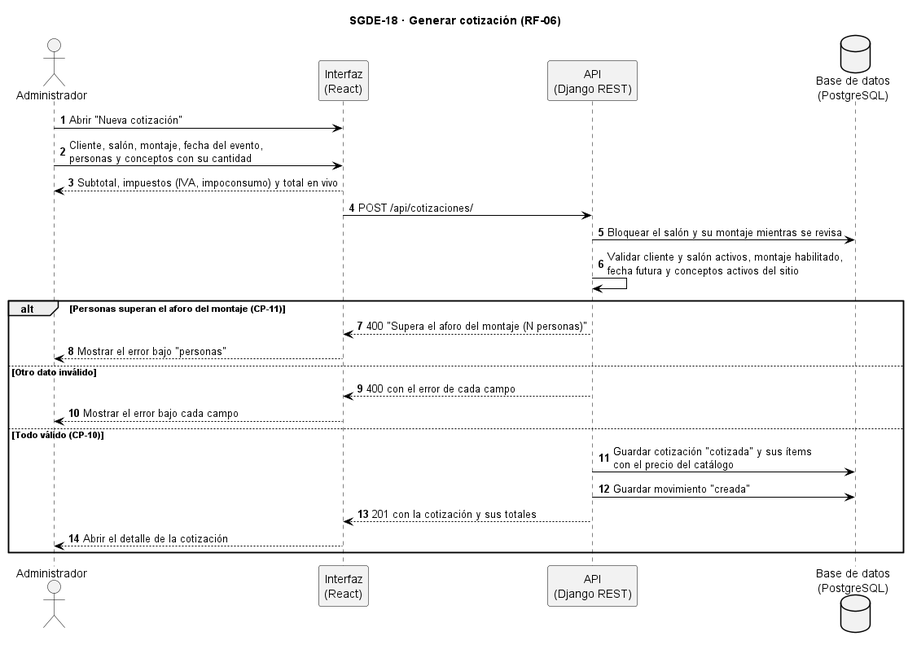
Earlier version of the PlantUML export docs/diagramas_secuencia_sgde_v3/SGDE-18_Generar_cotizacion_secuencia.png (AndreCamx2/Gestion-De-Eventos).
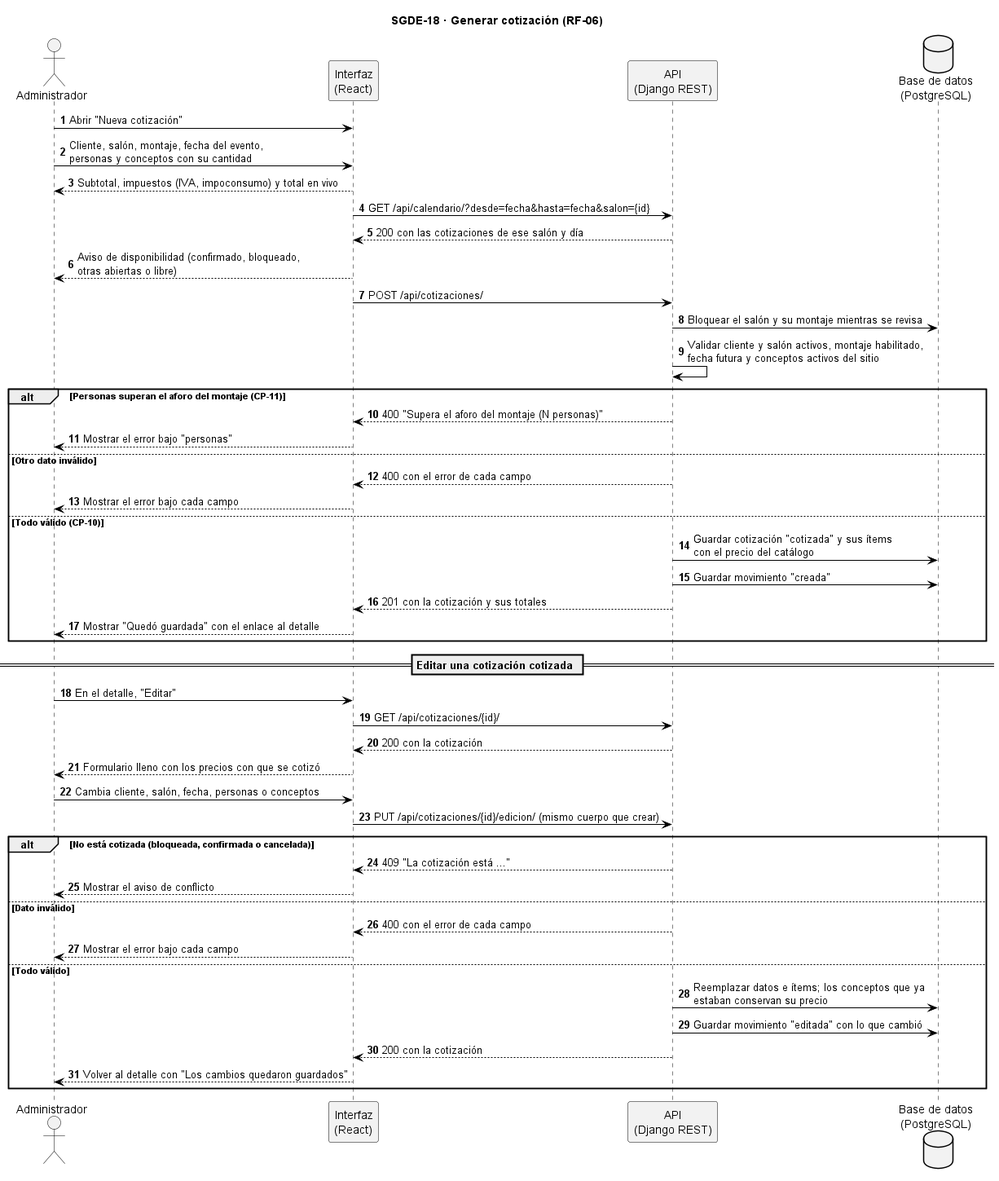
After the commit.

Change to the diagram source:
```diff
@@ -27,6 +27,9 @@
 AD -> UI : Abrir "Nueva cotización"
 AD -> UI : Cliente, salón, montaje, fecha del evento,\npersonas y conceptos con su cantidad
 UI --> AD : Subtotal, impuestos (IVA, impoconsumo) y total en vivo
+UI -> SI : GET /api/calendario/?desde=fecha&hasta=fecha&salon={id}
+SI --> UI : 200 con las cotizaciones de ese salón y día
+UI --> AD : Aviso de disponibilidad (confirmado, bloqueado,\notras abiertas o libre)
 UI -> SI : POST /api/cotizaciones/
 SI -> BD : Bloquear el salón y su montaje mientras se revisa
 SI -> SI : Validar cliente y salón activos, montaje habilitado,\nfecha futura y conceptos activos del sitio
@@ -40,6 +43,26 @@
   SI -> BD : Guardar cotización "cotizada" y sus ítems\ncon el precio del catálogo
   SI -> BD : Guardar movimiento "creada"
   SI --> UI : 201 con la cotización y sus totales
-  UI --> AD : Abrir el detalle de la cotización
+  UI --> AD : Mostrar "Quedó guardada" con el enlace al detalle
+end
+
+== Editar una cotización cotizada ==
+AD -> UI : En el detalle, "Editar"
+UI -> SI : GET /api/cotizaciones/{id}/
+SI --> UI : 200 con la cotización
+UI --> AD : Formulario lleno con los precios con que se cotizó
+AD -> UI : Cambia cliente, salón, fecha, personas o conceptos
+UI -> SI : PUT /api/cotizaciones/{id}/edicion/ (mismo cuerpo que crear)
+alt No está cotizada (bloqueada, confirmada o cancelada)
+  SI --> UI : 409 "La cotización está ..."
+  UI --> AD : Mostrar el aviso de conflicto
+else Dato inválido
+  SI --> UI : 400 con el error de cada campo
+  UI --> AD : Mostrar el error bajo cada campo
+else Todo válido
+  SI -> BD : Reemplazar datos e ítems; los conceptos que ya\nestaban conservan su precio
+  SI -> BD : Guardar movimiento "editada" con lo que cambió
+  SI --> UI : 200 con la cotización
+  UI --> AD : Volver al detalle con "Los cambios quedaron guardados"
 end
 @enduml
```
